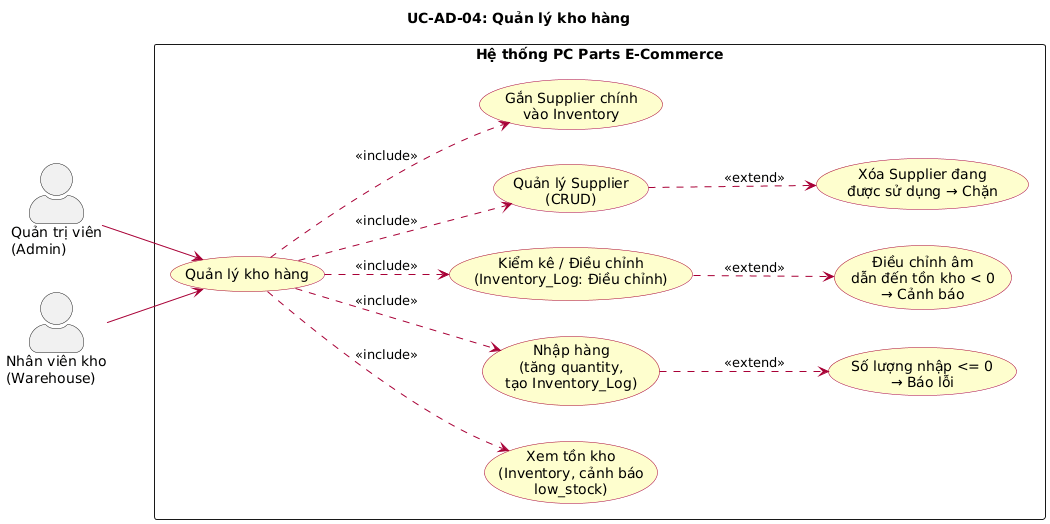
This is docs/diagrams/images/uc_AD04_quan_ly_kho.png from huuhieu56/PC-Parts-ECommerce, a PlantUML export, as it was before one commit.
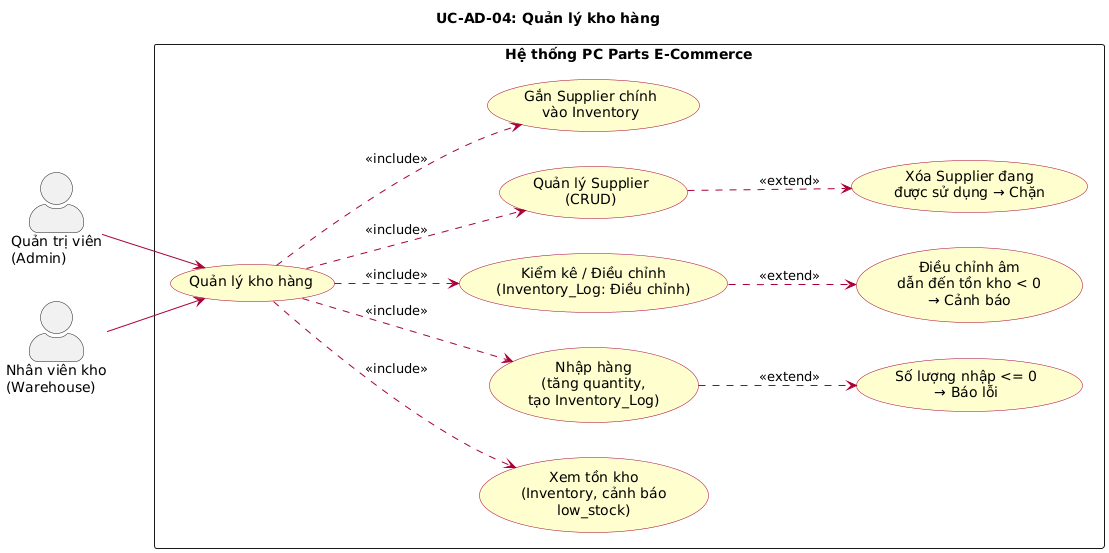
After the change.

The edit, as a diff of the source:
```diff
@@ -1,4 +1,4 @@
-@startuml
+@startuml uc_AD04_quan_ly_kho
 left to right direction
 skinparam actorStyle awesome
 skinparam packageStyle rectangle
@@ -36,4 +36,5 @@
 UC_IMPORT ..> UC_ERR_QTY : <<extend>>
 UC_ADJUST ..> UC_ERR_NEG : <<extend>>
 UC_SUPPLIER ..> UC_ERR_SUP : <<extend>>
+
 @enduml
```
